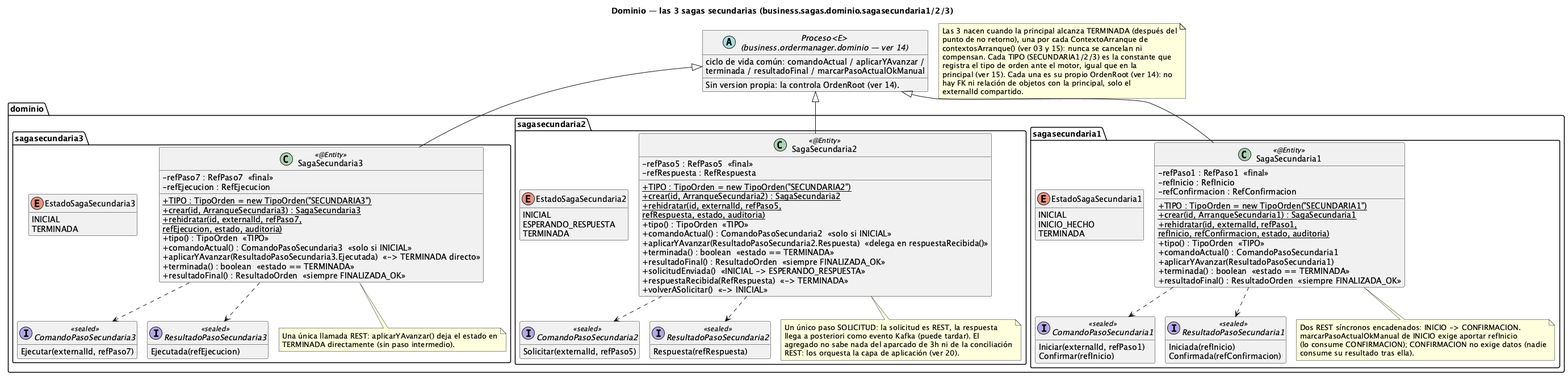
ralcazar/patrones keeps this PlantUML diagram as order-manager/docs/16-clases-dominio-sagas-secundarias.png. Above is the earlier version.
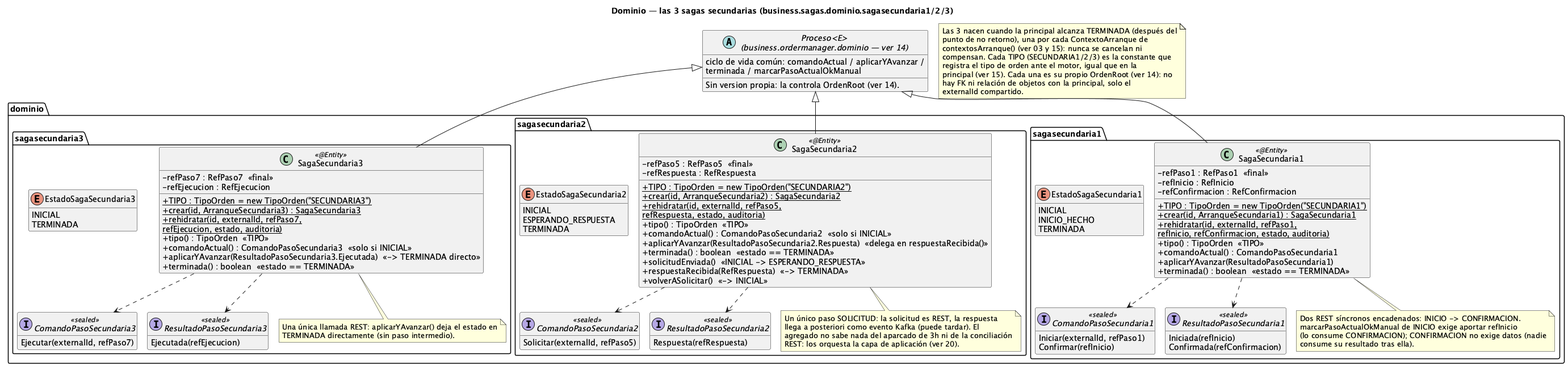
After the commit.

What changed in the source:
```diff
@@ -6,7 +6,7 @@
 
 abstract class "Proceso<E>\n(business.ordermanager.dominio — ver 14)" as Proceso {
   ciclo de vida común: comandoActual / aplicarYAvanzar /
-  terminada / resultadoFinal / marcarPasoActualOkManual
+  terminada / marcarPasoActualOkManual
   Sin version propia: la controla OrdenRoot (ver 14).
 }
 
@@ -22,7 +22,6 @@
     +comandoActual() : ComandoPasoSecundaria1
     +aplicarYAvanzar(ResultadoPasoSecundaria1)
     +terminada() : boolean  «estado == TERMINADA»
-    +resultadoFinal() : ResultadoOrden  «siempre FINALIZADA_OK»
   }
   enum EstadoSagaSecundaria1 {
     INICIAL
@@ -56,7 +55,6 @@
     +comandoActual() : ComandoPasoSecundaria2  «solo si INICIAL»
     +aplicarYAvanzar(ResultadoPasoSecundaria2.Respuesta)  «delega en respuestaRecibida()»
     +terminada() : boolean  «estado == TERMINADA»
-    +resultadoFinal() : ResultadoOrden  «siempre FINALIZADA_OK»
     +solicitudEnviada()  «INICIAL -> ESPERANDO_RESPUESTA»
     +respuestaRecibida(RefRespuesta)  «-> TERMINADA»
     +volverASolicitar()  «-> INICIAL»
@@ -91,7 +89,6 @@
     +comandoActual() : ComandoPasoSecundaria3  «solo si INICIAL»
     +aplicarYAvanzar(ResultadoPasoSecundaria3.Ejecutada)  «-> TERMINADA directo»
     +terminada() : boolean  «estado == TERMINADA»
-    +resultadoFinal() : ResultadoOrden  «siempre FINALIZADA_OK»
   }
   enum EstadoSagaSecundaria3 {
     INICIAL
```
